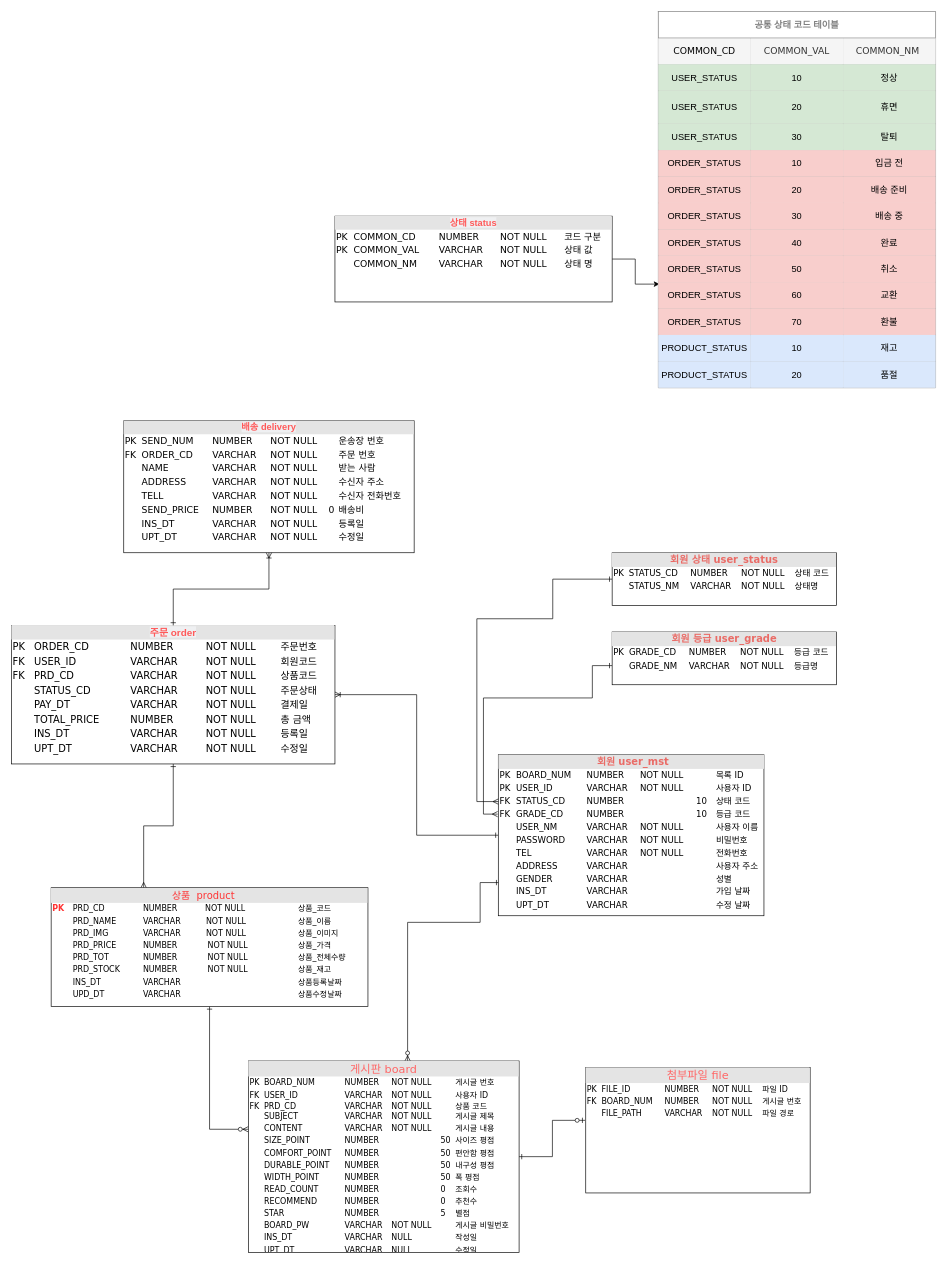
The draw.io diagram Nike.com/NikeERP.drawio in MinJeung-Kim/Team-Project, before the edit. Source tidied: cells renumbered, new cells numbered last; positions are measured from the earlier drawing's top-left corner, leaving out a move shared by most shapes. Both pictures are drawn from the tidied source at 66%, with x=0, y=0 at pixel (11, 11).
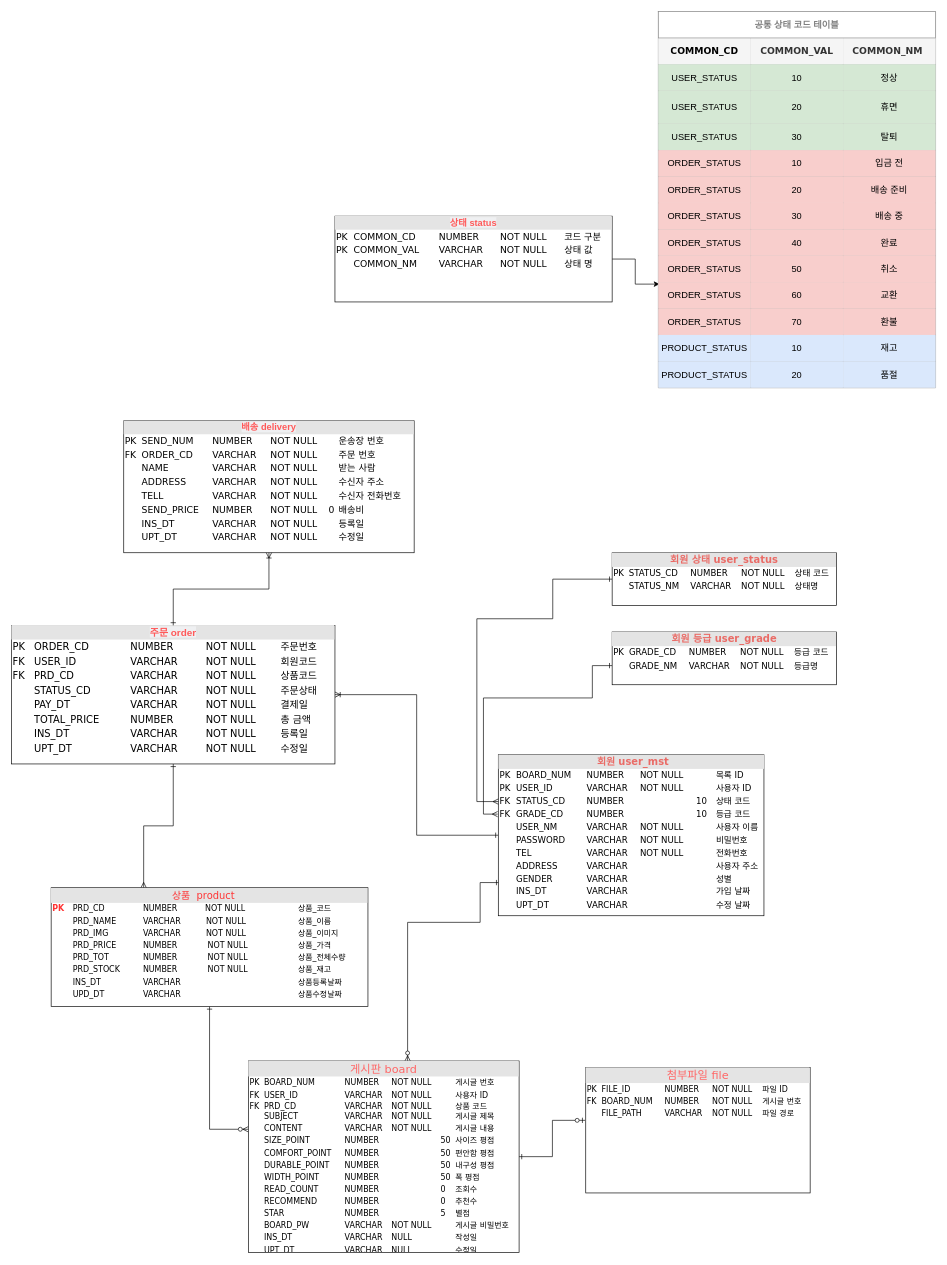
Above is the later version.

The change refers to these unchanged cells:
```xml
<mxCell id="26" style="shape=partialRectangle;html=1;whiteSpace=wrap;fillColor=none;top=0;left=0;bottom=0;right=0;" parent="21" vertex="1">
  <mxGeometry y="40" width="420" height="40" as="geometry" />
</mxCell>
```

The edit, as a diff of the source:
```diff
@@
-    <mxCell id="27" value="&lt;span style=&quot;color: rgb(0 , 0 , 0) ; font-family: &amp;#34;verdana&amp;#34; ; font-size: 14px ; text-align: left&quot;&gt;COMMON_CD&lt;/span&gt;" style="shape=partialRectangle;html=1;whiteSpace=wrap;fillColor=#f5f5f5;top=0;left=0;bottom=0;right=0;overflow=hidden;fontColor=#333333;strokeColor=#666666;" parent="26" vertex="1">
+    <mxCell id="27" value="&lt;span style=&quot;color: rgb(0 , 0 , 0) ; font-family: &amp;quot;verdana&amp;quot; ; font-size: 14px ; text-align: left&quot;&gt;COMMON_CD&lt;/span&gt;" style="shape=partialRectangle;html=1;whiteSpace=wrap;fillColor=#f5f5f5;top=0;left=0;bottom=0;right=0;overflow=hidden;fontColor=#333333;strokeColor=#666666;fontStyle=1;" parent="26" vertex="1">
       <mxGeometry width="140" height="40" as="geometry" />
     </mxCell>
-    <mxCell id="28" value="&lt;span style=&quot;font-family: &amp;#34;verdana&amp;#34; ; font-size: 14px ; text-align: left&quot;&gt;COMMON_VAL&lt;/span&gt;" style="shape=partialRectangle;html=1;whiteSpace=wrap;fillColor=#f5f5f5;top=0;left=0;bottom=0;right=0;overflow=hidden;strokeColor=#666666;fontColor=#333333;" parent="26" vertex="1">
+    <mxCell id="28" value="&lt;span style=&quot;font-family: &amp;quot;verdana&amp;quot; ; font-size: 14px ; text-align: left&quot;&gt;COMMON_VAL&lt;/span&gt;" style="shape=partialRectangle;html=1;whiteSpace=wrap;fillColor=#f5f5f5;top=0;left=0;bottom=0;right=0;overflow=hidden;strokeColor=#666666;fontColor=#333333;fontStyle=1;" parent="26" vertex="1">
       <mxGeometry x="140" width="140" height="40" as="geometry" />
     </mxCell>
-    <mxCell id="29" value="&lt;span style=&quot;font-family: &amp;#34;verdana&amp;#34; ; font-size: 14px ; text-align: left&quot;&gt;COMMON_NM&amp;nbsp;&lt;/span&gt;" style="shape=partialRectangle;html=1;whiteSpace=wrap;fillColor=#f5f5f5;top=0;left=0;bottom=0;right=0;overflow=hidden;strokeColor=#666666;fontColor=#333333;" parent="26" vertex="1">
+    <mxCell id="29" value="&lt;span style=&quot;font-family: &amp;quot;verdana&amp;quot; ; font-size: 14px ; text-align: left&quot;&gt;COMMON_NM&amp;nbsp;&lt;/span&gt;" style="shape=partialRectangle;html=1;whiteSpace=wrap;fillColor=#f5f5f5;top=0;left=0;bottom=0;right=0;overflow=hidden;strokeColor=#666666;fontColor=#333333;fontStyle=1;" parent="26" vertex="1">
       <mxGeometry x="280" width="140" height="40" as="geometry" />
     </mxCell>
```
